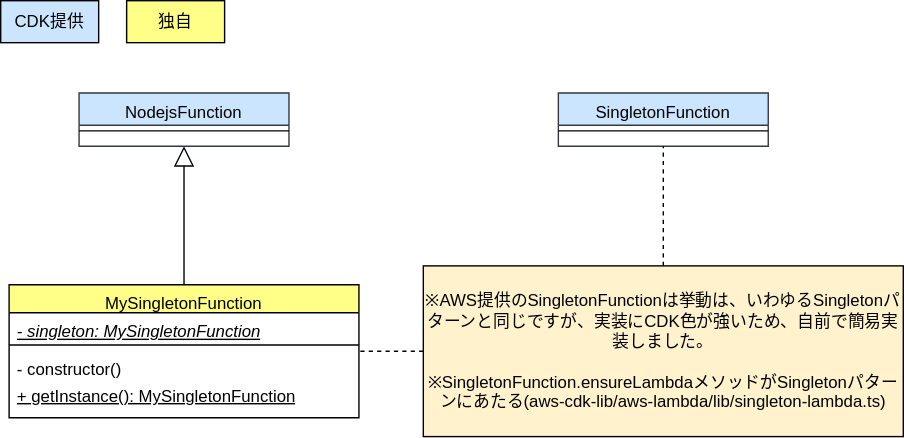
go-to-k/cdk-gof-design-pattern keeps this draw.io diagram as drawio/singleton/singleton-cdk.drawio.svg. Above is the earlier version. Source tidied: cells renumbered, new cells last; positions are measured from the earlier drawing's top-left corner, leaving out a move shared by most shapes.
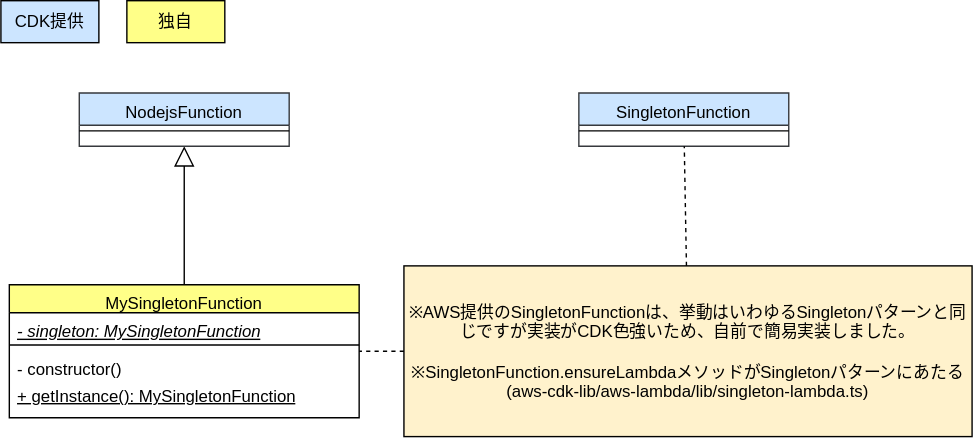
After the commit.

Commit message:
update singleton diagram

The edit, as a diff of the source:
```diff
@@ -3,7 +3,7 @@
     <mxCell id="0" />
     <mxCell id="1" parent="0" />
     <mxCell id="2" value="SingletonFunction" style="swimlane;fontStyle=0;align=center;verticalAlign=top;horizontal=1;startSize=23;rounded=0;shadow=0;strokeWidth=1;fillColor=#cce5ff;strokeColor=#36393d;fontColor=#000000;" parent="1" vertex="1">
-      <mxGeometry x="398.5" y="66" width="150" height="38" as="geometry" />
+      <mxGeometry x="413" y="66" width="150" height="38" as="geometry" />
     </mxCell>
     <mxCell id="3" style="line;html=1;strokeWidth=1;align=left;verticalAlign=middle;spacingTop=-1;spacingLeft=3;spacingRight=3;labelPosition=right;fontColor=#000000;strokeColor=#000000;" parent="2" vertex="1">
       <mxGeometry y="23" width="150" height="8" as="geometry" />
@@ -38,8 +38,8 @@
     <mxCell id="13" style="line;html=1;strokeWidth=1;align=left;verticalAlign=middle;spacingTop=-1;spacingLeft=3;spacingRight=3;labelPosition=right;fontColor=#000000;strokeColor=#000000;" parent="12" vertex="1">
       <mxGeometry y="23" width="150" height="8" as="geometry" />
     </mxCell>
-    <mxCell id="14" value="※AWS提供のSingletonFunctionは挙動は、いわゆるSingletonパターンと同じですが、実装にCDK色が強いため、自前で簡易実装しました。&lt;br&gt;&lt;br&gt;※SingletonFunction.ensureLambdaメソッドがSingletonパターンにあたる(aws-cdk-lib/aws-lambda/lib/singleton-lambda.ts)" style="text;html=1;strokeColor=#000000;fillColor=#fff2cc;align=center;verticalAlign=middle;whiteSpace=wrap;rounded=0;fontColor=#000000;" parent="1" vertex="1">
-      <mxGeometry x="302" y="189.5" width="343" height="122" as="geometry" />
+    <mxCell id="14" value="※AWS提供のSingletonFunctionは、挙動はいわゆるSingletonパターンと同じですが実装がCDK色強いため、自前で簡易実装しました。&lt;br&gt;&lt;br&gt;※SingletonFunction.ensureLambdaメソッドがSingletonパターンにあたる(aws-cdk-lib/aws-lambda/lib/singleton-lambda.ts)" style="text;html=1;strokeColor=#000000;fillColor=#fff2cc;align=center;verticalAlign=middle;whiteSpace=wrap;rounded=0;fontColor=#000000;" parent="1" vertex="1">
+      <mxGeometry x="288" y="189.5" width="406" height="122" as="geometry" />
     </mxCell>
     <mxCell id="15" style="edgeStyle=none;html=1;dashed=1;strokeColor=#000000;endArrow=none;endFill=0;" parent="1" edge="1" source="14" target="2">
       <mxGeometry relative="1" as="geometry" />
```
